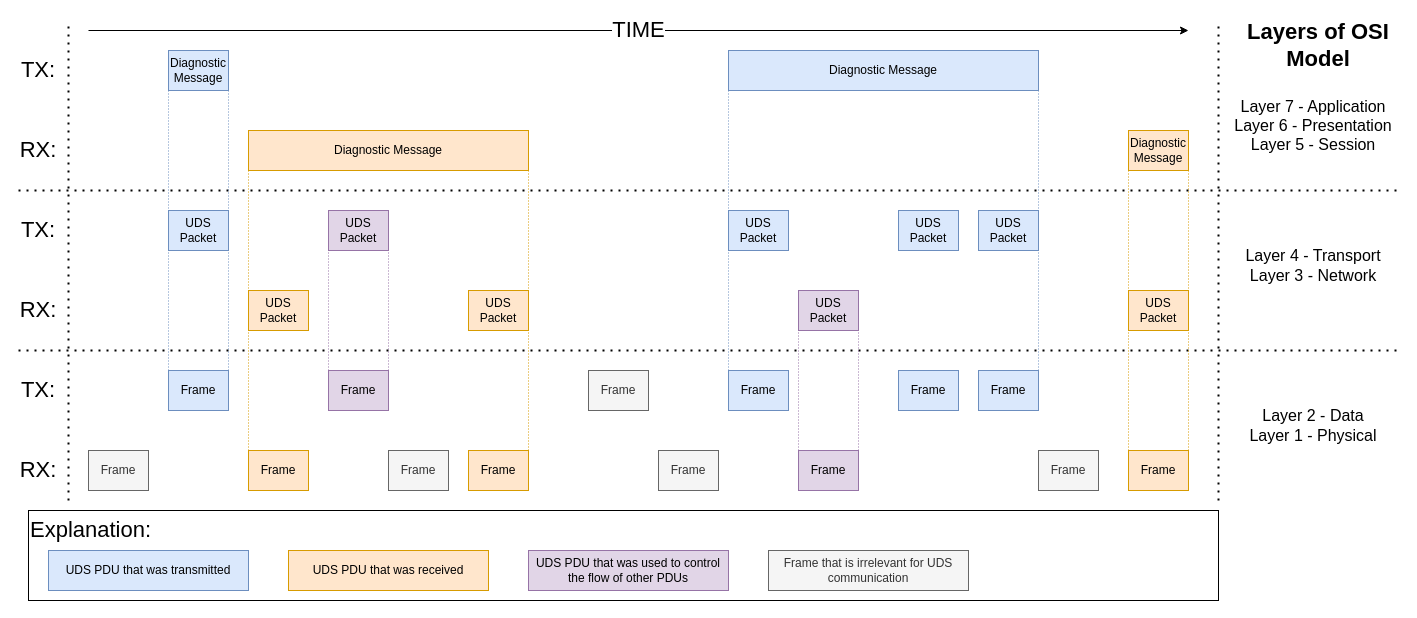
Above: page "Message N_PDU Frame" (3 of 3) of docs/source/diagrams/KnowledgeBase.drawio in mdabrowski1990/uds (draw.io), before the change. Source tidied: cells renumbered, new cells numbered last; positions are measured from the earlier drawing's top-left corner, leaving out a move shared by most shapes. Both pictures are drawn from the tidied source at 100%, with x=0, y=0 at pixel (18, 20).
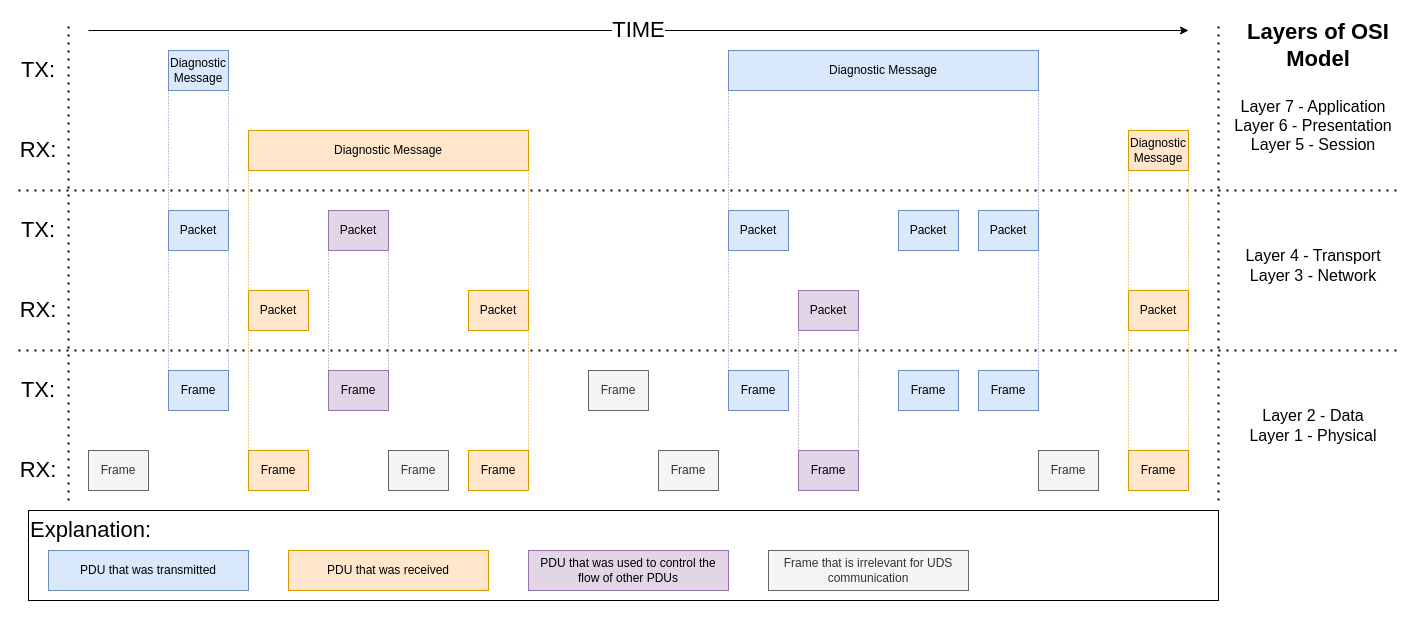
The same page after the edit.

What changed in the source:
```diff
@@
-    <mxCell id="9" value="UDS Packet" style="whiteSpace=wrap;html=1;align=center;fillColor=#dae8fc;strokeColor=#6c8ebf;" parent="1" vertex="1">
+    <mxCell id="9" value="Packet" style="whiteSpace=wrap;html=1;align=center;fillColor=#dae8fc;strokeColor=#6c8ebf;" parent="1" vertex="1">
       <mxGeometry x="150" y="190" width="60" height="40" as="geometry" />
     </mxCell>
-    <mxCell id="10" value="UDS Packet" style="whiteSpace=wrap;html=1;align=center;fillColor=#dae8fc;strokeColor=#6c8ebf;" parent="1" vertex="1">
+    <mxCell id="10" value="Packet" style="whiteSpace=wrap;html=1;align=center;fillColor=#dae8fc;strokeColor=#6c8ebf;" parent="1" vertex="1">
       <mxGeometry x="710" y="190" width="60" height="40" as="geometry" />
     </mxCell>
-    <mxCell id="11" value="UDS Packet" style="whiteSpace=wrap;html=1;align=center;fillColor=#e1d5e7;strokeColor=#9673a6;" parent="1" vertex="1">
+    <mxCell id="11" value="Packet" style="whiteSpace=wrap;html=1;align=center;fillColor=#e1d5e7;strokeColor=#9673a6;" parent="1" vertex="1">
       <mxGeometry x="780" y="270" width="60" height="40" as="geometry" />
     </mxCell>
-    <mxCell id="12" value="UDS Packet" style="whiteSpace=wrap;html=1;align=center;fillColor=#dae8fc;strokeColor=#6c8ebf;" parent="1" vertex="1">
+    <mxCell id="12" value="Packet" style="whiteSpace=wrap;html=1;align=center;fillColor=#dae8fc;strokeColor=#6c8ebf;" parent="1" vertex="1">
       <mxGeometry x="880" y="190" width="60" height="40" as="geometry" />
     </mxCell>
-    <mxCell id="13" value="UDS Packet" style="whiteSpace=wrap;html=1;align=center;fillColor=#dae8fc;strokeColor=#6c8ebf;" parent="1" vertex="1">
+    <mxCell id="13" value="Packet" style="whiteSpace=wrap;html=1;align=center;fillColor=#dae8fc;strokeColor=#6c8ebf;" parent="1" vertex="1">
       <mxGeometry x="960" y="190" width="60" height="40" as="geometry" />
     </mxCell>
-    <mxCell id="14" value="UDS Packet" style="whiteSpace=wrap;html=1;align=center;fillColor=#ffe6cc;strokeColor=#d79b00;" parent="1" vertex="1">
+    <mxCell id="14" value="Packet" style="whiteSpace=wrap;html=1;align=center;fillColor=#ffe6cc;strokeColor=#d79b00;" parent="1" vertex="1">
       <mxGeometry x="230" y="270" width="60" height="40" as="geometry" />
     </mxCell>
@@
-    <mxCell id="17" value="UDS Packet" style="whiteSpace=wrap;html=1;align=center;fillColor=#ffe6cc;strokeColor=#d79b00;" parent="1" vertex="1">
+    <mxCell id="17" value="Packet" style="whiteSpace=wrap;html=1;align=center;fillColor=#ffe6cc;strokeColor=#d79b00;" parent="1" vertex="1">
       <mxGeometry x="1110" y="270" width="60" height="40" as="geometry" />
     </mxCell>
@@
-    <mxCell id="34" value="UDS Packet" style="whiteSpace=wrap;html=1;align=center;fillColor=#e1d5e7;strokeColor=#9673a6;" parent="1" vertex="1">
+    <mxCell id="34" value="Packet" style="whiteSpace=wrap;html=1;align=center;fillColor=#e1d5e7;strokeColor=#9673a6;" parent="1" vertex="1">
       <mxGeometry x="310" y="190" width="60" height="40" as="geometry" />
     </mxCell>
@@
-    <mxCell id="40" value="UDS Packet" style="whiteSpace=wrap;html=1;align=center;fillColor=#ffe6cc;strokeColor=#d79b00;" parent="1" vertex="1">
+    <mxCell id="40" value="Packet" style="whiteSpace=wrap;html=1;align=center;fillColor=#ffe6cc;strokeColor=#d79b00;" parent="1" vertex="1">
       <mxGeometry x="450" y="270" width="60" height="40" as="geometry" />
     </mxCell>
@@
-    <mxCell id="44" value="UDS PDU that was transmitted" style="whiteSpace=wrap;html=1;align=center;fillColor=#dae8fc;strokeColor=#6c8ebf;" parent="1" vertex="1">
+    <mxCell id="44" value="PDU that was transmitted" style="whiteSpace=wrap;html=1;align=center;fillColor=#dae8fc;strokeColor=#6c8ebf;" parent="1" vertex="1">
       <mxGeometry x="30" y="530" width="200" height="40" as="geometry" />
     </mxCell>
@@
-    <mxCell id="53" value="UDS PDU that was received" style="whiteSpace=wrap;html=1;align=center;fillColor=#ffe6cc;strokeColor=#d79b00;" parent="1" vertex="1">
+    <mxCell id="53" value="PDU that was received" style="whiteSpace=wrap;html=1;align=center;fillColor=#ffe6cc;strokeColor=#d79b00;" parent="1" vertex="1">
       <mxGeometry x="270" y="530" width="200" height="40" as="geometry" />
     </mxCell>
-    <mxCell id="54" value="UDS PDU that was used to control the flow of other PDUs" style="whiteSpace=wrap;html=1;align=center;fillColor=#e1d5e7;strokeColor=#9673a6;" parent="1" vertex="1">
+    <mxCell id="54" value="PDU that was used to control the flow of other PDUs" style="whiteSpace=wrap;html=1;align=center;fillColor=#e1d5e7;strokeColor=#9673a6;" parent="1" vertex="1">
       <mxGeometry x="510" y="530" width="200" height="40" as="geometry" />
     </mxCell>
```
